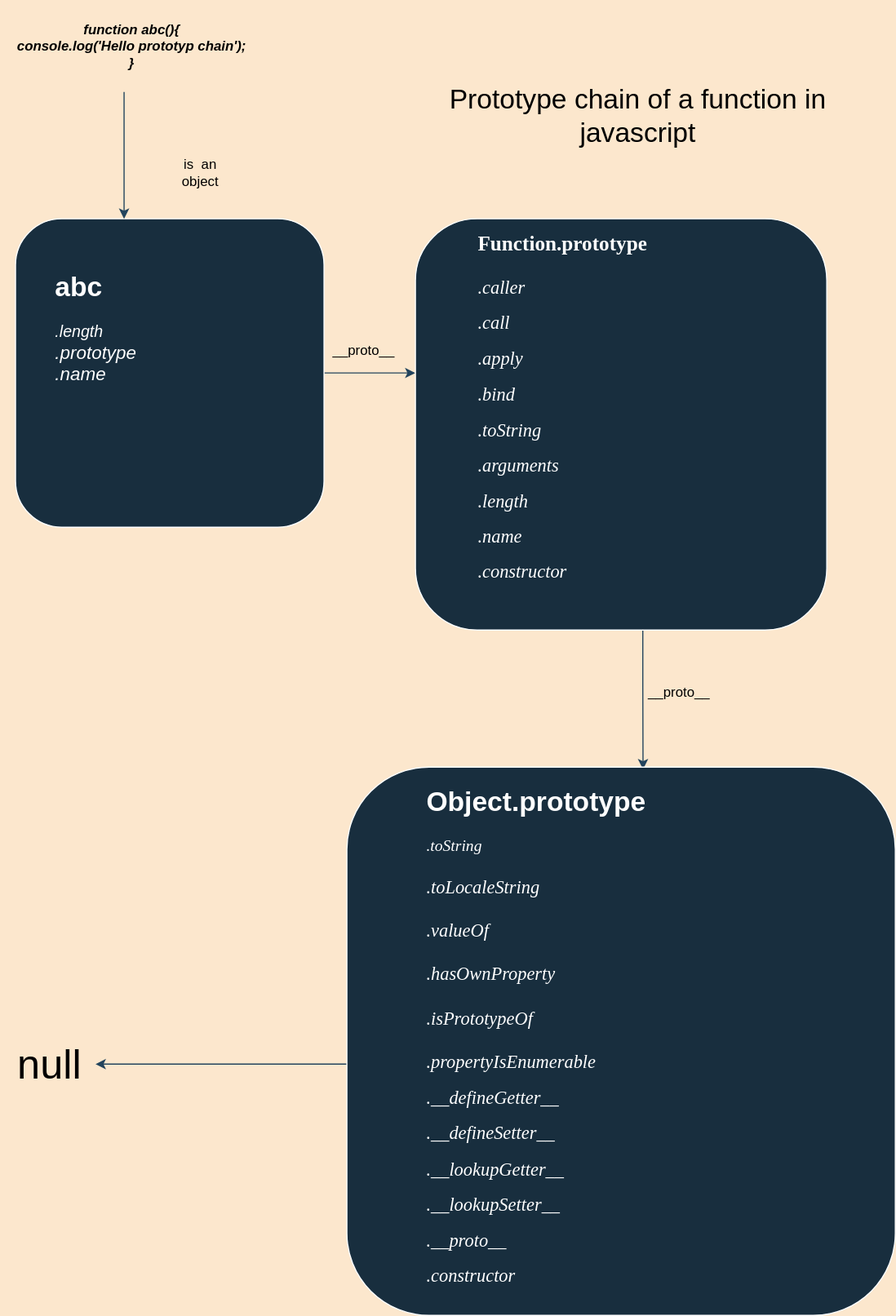
Above: prototype-chain-svgs/function-prototype-chain.svg in nishantatgit/some-js-things (draw.io), before the change. Source tidied: cells renumbered, new cells last; positions are measured from the earlier drawing's top-left corner, leaving out a move shared by most shapes.
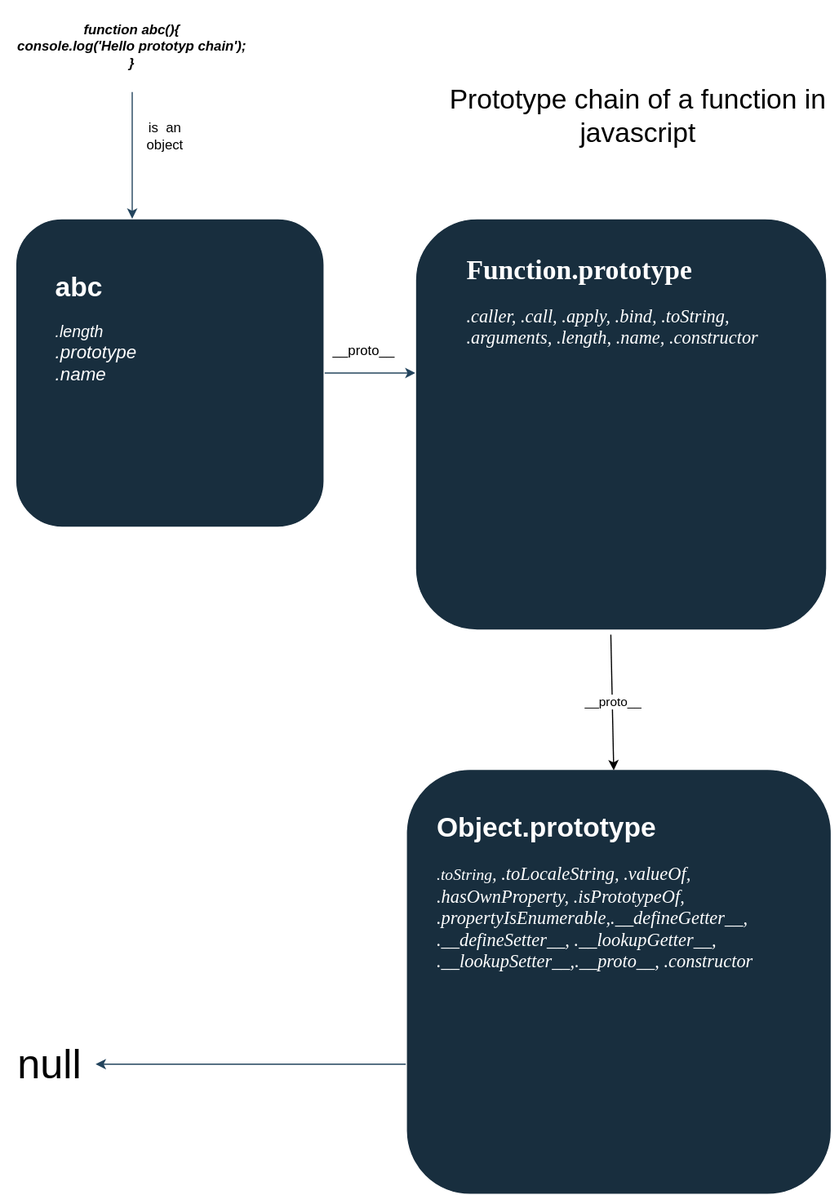
The same file after the commit.

What changed in the source:
```diff
@@ -1,4 +1,4 @@
-<mxGraphModel background="#FCE7CD">
+<mxGraphModel>
   <root>
     <mxCell id="0" />
     <mxCell id="1" parent="0" />
@@ -13,14 +13,6 @@
     <mxCell id="3" style="whiteSpace=wrap;html=1;rounded=1;fillColor=#182E3E;strokeColor=#FFFFFF;fontColor=#FFFFFF;" parent="1" vertex="1">
       <mxGeometry x="13" y="191" width="270" height="270" as="geometry" />
     </mxCell>
-    <mxCell id="4" style="edgeStyle=orthogonalEdgeStyle;rounded=0;jettySize=auto;html=1;entryX=0.54;entryY=0.004;entryDx=0;entryDy=0;entryPerimeter=0;strokeColor=#23445D;labelBackgroundColor=#FCE7CD;" parent="1" edge="1" source="5" target="7">
-      <mxGeometry relative="1" as="geometry">
-        <Array as="points">
-          <mxPoint x="562" y="601" />
-          <mxPoint x="562" y="601" />
-        </Array>
-      </mxGeometry>
-    </mxCell>
     <mxCell id="5" style="whiteSpace=wrap;html=1;rounded=1;fillColor=#182E3E;strokeColor=#FFFFFF;fontColor=#FFFFFF;" parent="1" vertex="1">
       <mxGeometry x="363" y="191" width="360" height="360" as="geometry" />
     </mxCell>
@@ -34,13 +26,13 @@
       </mxGeometry>
     </mxCell>
     <mxCell id="7" style="whiteSpace=wrap;html=1;rounded=1;fillColor=#182E3E;strokeColor=#FFFFFF;fontColor=#FFFFFF;" parent="1" vertex="1">
-      <mxGeometry x="303" y="671" width="480" height="480" as="geometry" />
+      <mxGeometry x="355" y="673" width="372" height="372" as="geometry" />
     </mxCell>
     <mxCell id="8" style="edgeStyle=orthogonalEdgeStyle;rounded=0;jettySize=auto;html=1;strokeColor=#23445D;labelBackgroundColor=#FCE7CD;" parent="1" edge="1" source="9" target="3">
       <mxGeometry relative="1" as="geometry">
         <Array as="points">
-          <mxPoint x="108" y="183" />
-          <mxPoint x="108" y="183" />
+          <mxPoint x="115" y="168" />
+          <mxPoint x="115" y="168" />
         </Array>
       </mxGeometry>
     </mxCell>
@@ -50,11 +42,11 @@
     <mxCell id="10" value="&lt;h1&gt;abc&lt;br&gt;&lt;/h1&gt;&lt;div&gt;&lt;font style=&quot;font-size: 14px&quot;&gt;&lt;i&gt;&lt;font style=&quot;font-size: 14px&quot;&gt;.length&lt;/font&gt;&lt;/i&gt;&lt;/font&gt;&lt;/div&gt;&lt;div&gt;&lt;font size=&quot;3&quot;&gt;&lt;i&gt;.prototype&lt;br&gt;.name&lt;/i&gt;&lt;/font&gt;&lt;br&gt;&lt;/div&gt;" style="text;html=1;strokeColor=none;fillColor=none;spacing=5;spacingTop=-20;whiteSpace=wrap;overflow=hidden;rounded=1;fontColor=#FFFFFF;" parent="1" vertex="1">
       <mxGeometry x="43" y="231" width="190" height="120" as="geometry" />
     </mxCell>
-    <mxCell id="11" value="&lt;h1&gt;&lt;font style=&quot;font-size: 18px&quot; face=&quot;Verdana&quot;&gt;Function.prototype&lt;br&gt;&lt;/font&gt;&lt;/h1&gt;&lt;p&gt;&lt;font size=&quot;3&quot;&gt;&lt;font face=&quot;Verdana&quot;&gt;&lt;i&gt;.caller&lt;/i&gt;&lt;/font&gt;&lt;/font&gt;&lt;/p&gt;&lt;p&gt;&lt;font size=&quot;3&quot;&gt;&lt;font face=&quot;Verdana&quot;&gt;&lt;i&gt;.call&lt;/i&gt;&lt;/font&gt;&lt;/font&gt;&lt;/p&gt;&lt;p&gt;&lt;font size=&quot;3&quot;&gt;&lt;font face=&quot;Verdana&quot;&gt;&lt;i&gt;.apply&lt;/i&gt;&lt;/font&gt;&lt;/font&gt;&lt;/p&gt;&lt;p&gt;&lt;font size=&quot;3&quot;&gt;&lt;font face=&quot;Verdana&quot;&gt;&lt;i&gt;.bind&lt;/i&gt;&lt;/font&gt;&lt;/font&gt;&lt;/p&gt;&lt;p&gt;&lt;font size=&quot;3&quot;&gt;&lt;font face=&quot;Verdana&quot;&gt;&lt;i&gt;.toString&lt;/i&gt;&lt;/font&gt;&lt;/font&gt;&lt;/p&gt;&lt;p&gt;&lt;font size=&quot;3&quot;&gt;&lt;font face=&quot;Verdana&quot;&gt;&lt;i&gt;.arguments&lt;/i&gt;&lt;/font&gt;&lt;/font&gt;&lt;/p&gt;&lt;p&gt;&lt;font size=&quot;3&quot;&gt;&lt;font face=&quot;Verdana&quot;&gt;&lt;i&gt;.length&lt;/i&gt;&lt;/font&gt;&lt;/font&gt;&lt;/p&gt;&lt;p&gt;&lt;font size=&quot;3&quot;&gt;&lt;font face=&quot;Verdana&quot;&gt;&lt;i&gt;.name&lt;/i&gt;&lt;/font&gt;&lt;/font&gt;&lt;/p&gt;&lt;p&gt;&lt;font size=&quot;3&quot;&gt;&lt;font face=&quot;Verdana&quot;&gt;&lt;i&gt;.constructor&lt;br&gt;&lt;/i&gt;&lt;/font&gt;&lt;/font&gt;&lt;/p&gt;" style="text;html=1;strokeColor=none;fillColor=none;spacing=5;spacingTop=-20;whiteSpace=wrap;overflow=hidden;rounded=1;fontColor=#FFFFFF;" parent="1" vertex="1">
-      <mxGeometry x="413" y="191" width="260" height="350" as="geometry" />
+    <mxCell id="11" value="&lt;h1&gt;&lt;font style=&quot;font-size: 18px&quot; face=&quot;Verdana&quot;&gt;&lt;font style=&quot;font-size: 24px&quot;&gt;Function.prototype&lt;/font&gt;&lt;br&gt;&lt;/font&gt;&lt;/h1&gt;&lt;p&gt;&lt;font size=&quot;3&quot;&gt;&lt;font face=&quot;Verdana&quot;&gt;&lt;i&gt;.caller, .call, .apply, .bind, .toString, .arguments, .length, .name, .constructor&lt;br&gt;&lt;/i&gt;&lt;/font&gt;&lt;/font&gt;&lt;/p&gt;" style="text;html=1;strokeColor=none;fillColor=none;spacing=5;spacingTop=-20;whiteSpace=wrap;overflow=hidden;rounded=1;fontColor=#FFFFFF;" parent="1" vertex="1">
+      <mxGeometry x="403" y="216" width="280" height="268" as="geometry" />
     </mxCell>
-    <mxCell id="12" value="&lt;h1&gt;Object.prototype&lt;/h1&gt;&lt;div&gt;&lt;i&gt;&lt;font style=&quot;font-size: 14px&quot; face=&quot;Verdana&quot;&gt;.toString&lt;/font&gt;&lt;/i&gt;&lt;/div&gt;&lt;div&gt;&lt;i&gt;&lt;font style=&quot;font-size: 14px&quot; face=&quot;Verdana&quot;&gt;&lt;br&gt;&lt;/font&gt;&lt;/i&gt;&lt;/div&gt;&lt;div&gt;&lt;i&gt;&lt;font size=&quot;3&quot; face=&quot;Verdana&quot;&gt;.toLocaleString&lt;/font&gt;&lt;/i&gt;&lt;/div&gt;&lt;div&gt;&lt;i&gt;&lt;font size=&quot;3&quot; face=&quot;Verdana&quot;&gt;&lt;br&gt;&lt;/font&gt;&lt;/i&gt;&lt;/div&gt;&lt;div&gt;&lt;i&gt;&lt;font size=&quot;3&quot; face=&quot;Verdana&quot;&gt;.valueOf&lt;/font&gt;&lt;/i&gt;&lt;/div&gt;&lt;div&gt;&lt;i&gt;&lt;font size=&quot;3&quot; face=&quot;Verdana&quot;&gt;&lt;br&gt;&lt;/font&gt;&lt;/i&gt;&lt;/div&gt;&lt;div&gt;&lt;i&gt;&lt;font size=&quot;3&quot; face=&quot;Verdana&quot;&gt;.hasOwnProperty&lt;/font&gt;&lt;/i&gt;&lt;/div&gt;&lt;div&gt;&lt;i&gt;&lt;font size=&quot;3&quot; face=&quot;Verdana&quot;&gt;&lt;br&gt;&lt;/font&gt;&lt;/i&gt;&lt;/div&gt;&lt;div&gt;&lt;i&gt;&lt;font size=&quot;3&quot; face=&quot;Verdana&quot;&gt;.isPrototypeOf&lt;/font&gt;&lt;/i&gt;&lt;/div&gt;&lt;div&gt;&lt;i&gt;&lt;font size=&quot;3&quot; face=&quot;Verdana&quot;&gt;&lt;br&gt;&lt;/font&gt;&lt;/i&gt;&lt;/div&gt;&lt;div&gt;&lt;i&gt;&lt;font size=&quot;3&quot; face=&quot;Verdana&quot;&gt;.propertyIsEnumerable&lt;br&gt;&lt;/font&gt;&lt;/i&gt;&lt;/div&gt;&lt;p&gt;&lt;i&gt;&lt;font size=&quot;3&quot; face=&quot;Verdana&quot;&gt;.__defineGetter__&lt;/font&gt;&lt;/i&gt;&lt;/p&gt;&lt;p&gt;&lt;i&gt;&lt;font size=&quot;3&quot; face=&quot;Verdana&quot;&gt;.__defineSetter__&lt;/font&gt;&lt;/i&gt;&lt;/p&gt;&lt;p&gt;&lt;i&gt;&lt;font size=&quot;3&quot; face=&quot;Verdana&quot;&gt;.__lookupGetter__&lt;/font&gt;&lt;/i&gt;&lt;/p&gt;&lt;p&gt;&lt;i&gt;&lt;font size=&quot;3&quot; face=&quot;Verdana&quot;&gt;.__lookupSetter__&lt;/font&gt;&lt;/i&gt;&lt;/p&gt;&lt;p&gt;&lt;i&gt;&lt;font size=&quot;3&quot; face=&quot;Verdana&quot;&gt;.__proto__&lt;/font&gt;&lt;/i&gt;&lt;/p&gt;&lt;p&gt;&lt;i&gt;&lt;font size=&quot;3&quot; face=&quot;Verdana&quot;&gt;.constructor&lt;/font&gt;&lt;/i&gt;&lt;br&gt;&lt;/p&gt;" style="text;html=1;strokeColor=none;fillColor=none;spacing=5;spacingTop=-20;whiteSpace=wrap;overflow=hidden;verticalAlign=top;rounded=1;fontColor=#FFFFFF;" parent="1" vertex="1">
-      <mxGeometry x="368" y="682" width="350" height="458" as="geometry" />
+    <mxCell id="12" value="&lt;h1&gt;Object.prototype&lt;/h1&gt;&lt;div&gt;&lt;i&gt;&lt;font style=&quot;font-size: 14px&quot; face=&quot;Verdana&quot;&gt;.toString&lt;/font&gt;&lt;font size=&quot;3&quot; face=&quot;Verdana&quot;&gt;, .toLocaleString, .valueOf, .hasOwnProperty, .isPrototypeOf, .propertyIsEnumerable&lt;/font&gt;&lt;/i&gt;&lt;i&gt;&lt;font size=&quot;3&quot; face=&quot;Verdana&quot;&gt;,.__defineGetter__,&lt;/font&gt;&lt;/i&gt;&lt;i&gt;&lt;font size=&quot;3&quot; face=&quot;Verdana&quot;&gt;&lt;br&gt;&lt;/font&gt;&lt;/i&gt;&lt;/div&gt;&lt;div&gt;&lt;i&gt;&lt;font size=&quot;3&quot; face=&quot;Verdana&quot;&gt;.__defineSetter__&lt;/font&gt;&lt;/i&gt;&lt;i&gt;&lt;font size=&quot;3&quot; face=&quot;Verdana&quot;&gt;, .__lookupGetter__&lt;/font&gt;&lt;/i&gt;&lt;i&gt;&lt;font size=&quot;3&quot; face=&quot;Verdana&quot;&gt;, .__lookupSetter__&lt;/font&gt;&lt;/i&gt;&lt;i&gt;&lt;font size=&quot;3&quot; face=&quot;Verdana&quot;&gt;,.__proto__&lt;/font&gt;&lt;/i&gt;&lt;i&gt;&lt;font size=&quot;3&quot; face=&quot;Verdana&quot;&gt;, .constructor&lt;/font&gt;&lt;/i&gt;&lt;br&gt;&lt;/div&gt;" style="text;html=1;strokeColor=none;fillColor=none;spacing=5;spacingTop=-20;whiteSpace=wrap;overflow=hidden;verticalAlign=top;rounded=1;fontColor=#FFFFFF;" parent="1" vertex="1">
+      <mxGeometry x="377" y="704" width="350" height="301" as="geometry" />
     </mxCell>
     <mxCell id="13" value="&lt;font style=&quot;font-size: 36px&quot;&gt;null&lt;/font&gt;" style="text;html=1;strokeColor=none;fillColor=none;align=center;verticalAlign=middle;whiteSpace=wrap;rounded=1;" parent="1" vertex="1">
       <mxGeometry x="23" y="921" width="40" height="20" as="geometry" />
@@ -66,10 +58,13 @@
       <mxGeometry x="298" y="297" width="40" height="20" as="geometry" />
     </mxCell>
     <mxCell id="16" value="is&amp;nbsp; an object" style="text;html=1;strokeColor=none;fillColor=none;align=center;verticalAlign=middle;whiteSpace=wrap;rounded=0;sketch=0;fontColor=#000000;" parent="1" vertex="1">
-      <mxGeometry x="155" y="141" width="40" height="20" as="geometry" />
+      <mxGeometry x="124" y="109" width="40" height="20" as="geometry" />
     </mxCell>
+    <mxCell id="4" style="endArrow=classic;html=1;exitX=0.475;exitY=1.011;exitDx=0;exitDy=0;exitPerimeter=0;entryX=0.488;entryY=0.002;entryDx=0;entryDy=0;entryPerimeter=0;" parent="1" edge="1" source="5" target="7">
+      <mxGeometry relative="1" as="geometry" />
+    </mxCell>
-    <mxCell id="17" value="__proto__" style="text;html=1;strokeColor=none;fillColor=none;align=center;verticalAlign=middle;whiteSpace=wrap;rounded=0;sketch=0;fontColor=#000000;" parent="1" vertex="1">
-      <mxGeometry x="574" y="596" width="40" height="20" as="geometry" />
+    <mxCell id="17" value="__proto__" style="edgeLabel;html=1;align=center;verticalAlign=middle;" parent="4" vertex="1">
+      <mxGeometry relative="1" as="geometry" />
     </mxCell>
   </root>
 </mxGraphModel>
```
